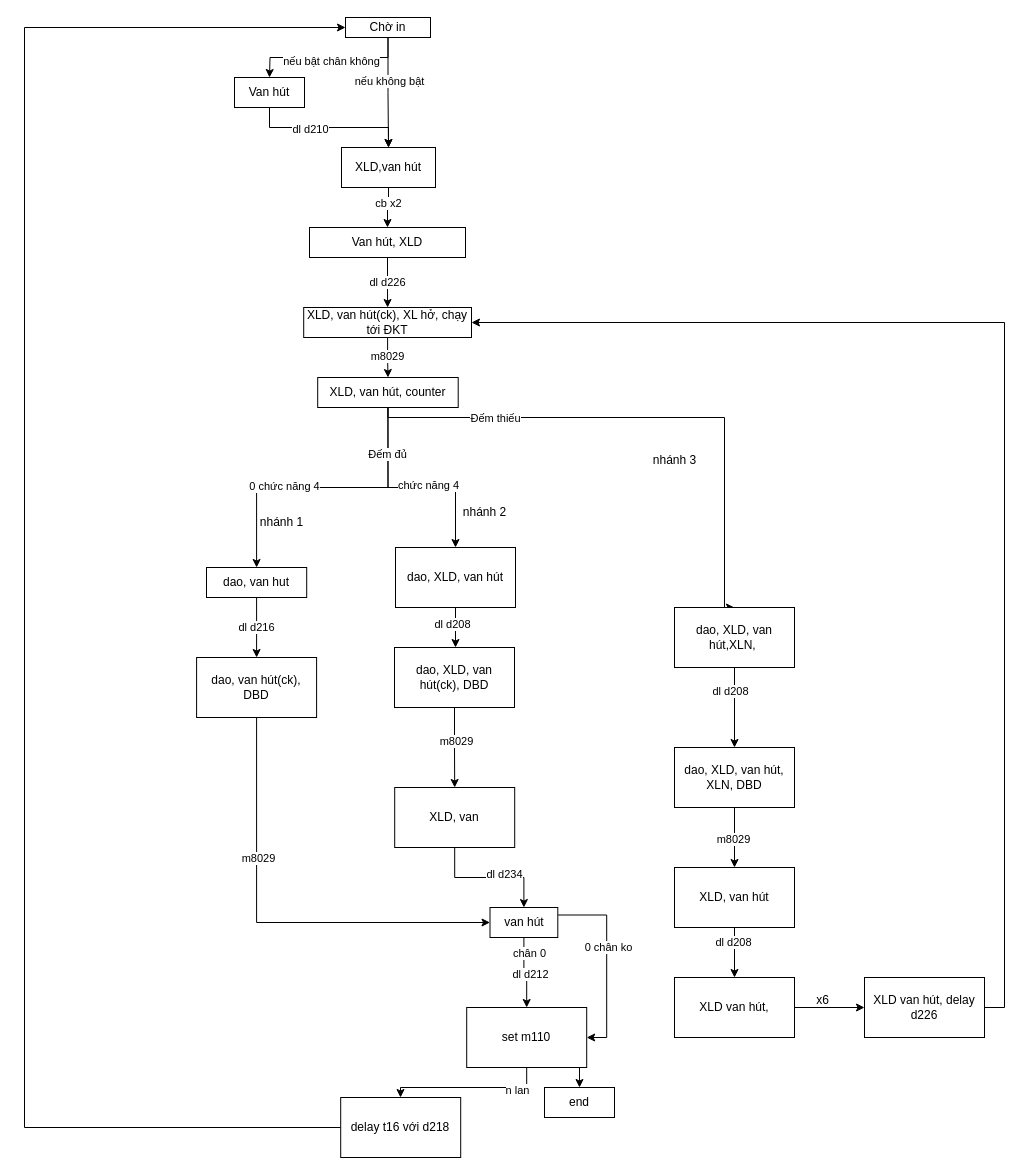
Above: trai muc truoc.drawio in robowindgit/a0-quyencun (draw.io), before the change. Source tidied: cells renumbered, new cells numbered last; positions are measured from the earlier drawing's top-left corner, leaving out a move shared by most shapes. Both pictures are drawn from the tidied source at 100%, with x=0, y=0 at pixel (24, 17).
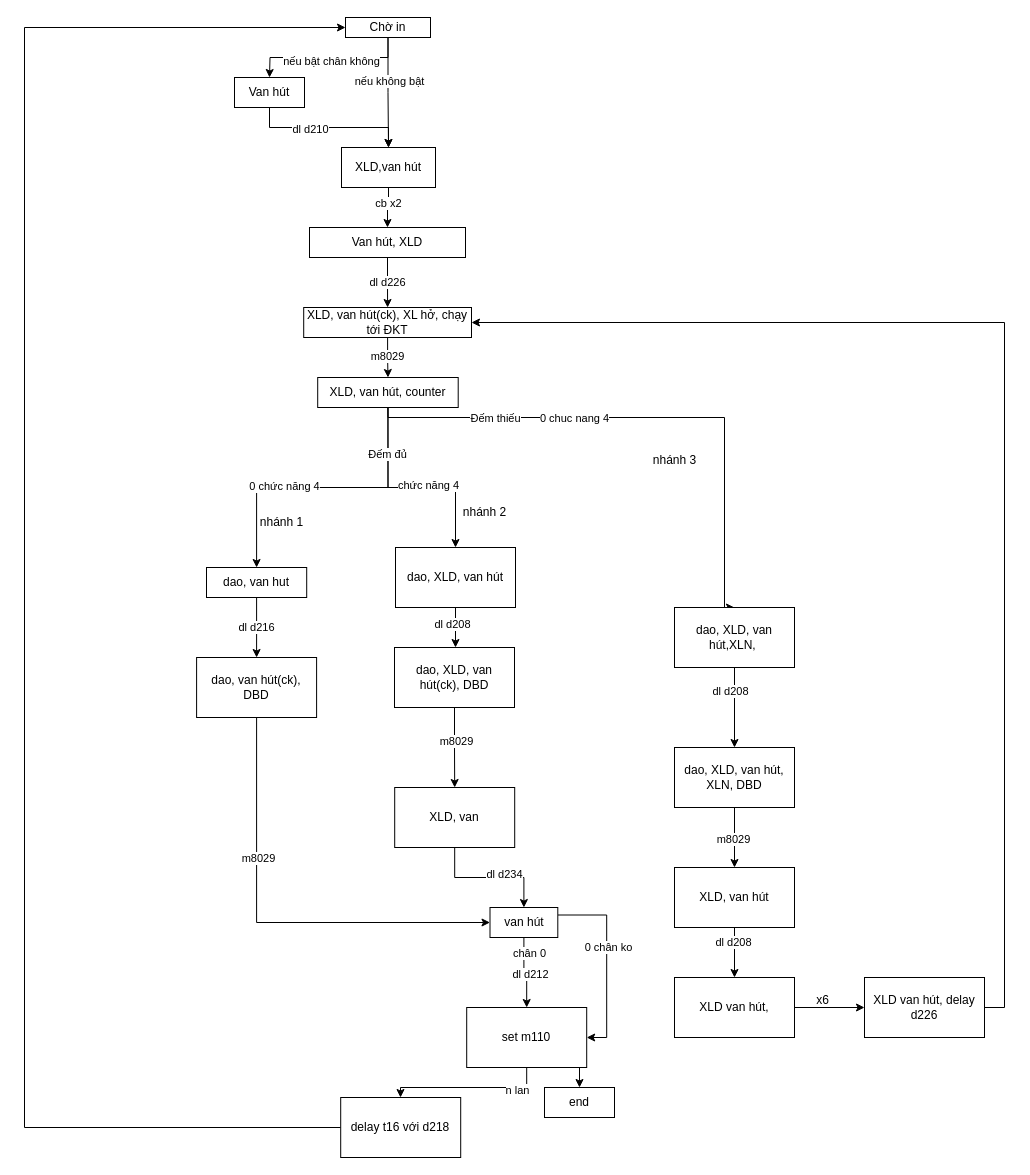
Above is the later version.

Commit message:
Cập nhật trai muc truoc.drawio

The change refers to these unchanged cells:
```xml
<mxCell id="20" style="edgeStyle=orthogonalEdgeStyle;rounded=0;jettySize=auto;html=1;exitX=0.5;exitY=1;exitDx=0;exitDy=0;entryX=0.5;entryY=0;entryDx=0;entryDy=0;" parent="1" edge="1" source="27" target="56">
  <mxGeometry relative="1" as="geometry">
    <Array as="points">
      <mxPoint x="364" y="400" />
      <mxPoint x="700" y="400" />
      <mxPoint x="700" y="590" />
    </Array>
  </mxGeometry>
</mxCell>
```

Diff of the diagram source:
```diff
@@
+    <mxCell id="72" value="0 chuc nang 4" style="edgeLabel;html=1;align=center;verticalAlign=middle;" parent="20" vertex="1">
+      <mxGeometry x="-0.41" relative="1" as="geometry">
+        <mxPoint x="35" as="offset" />
+      </mxGeometry>
+    </mxCell>
```
